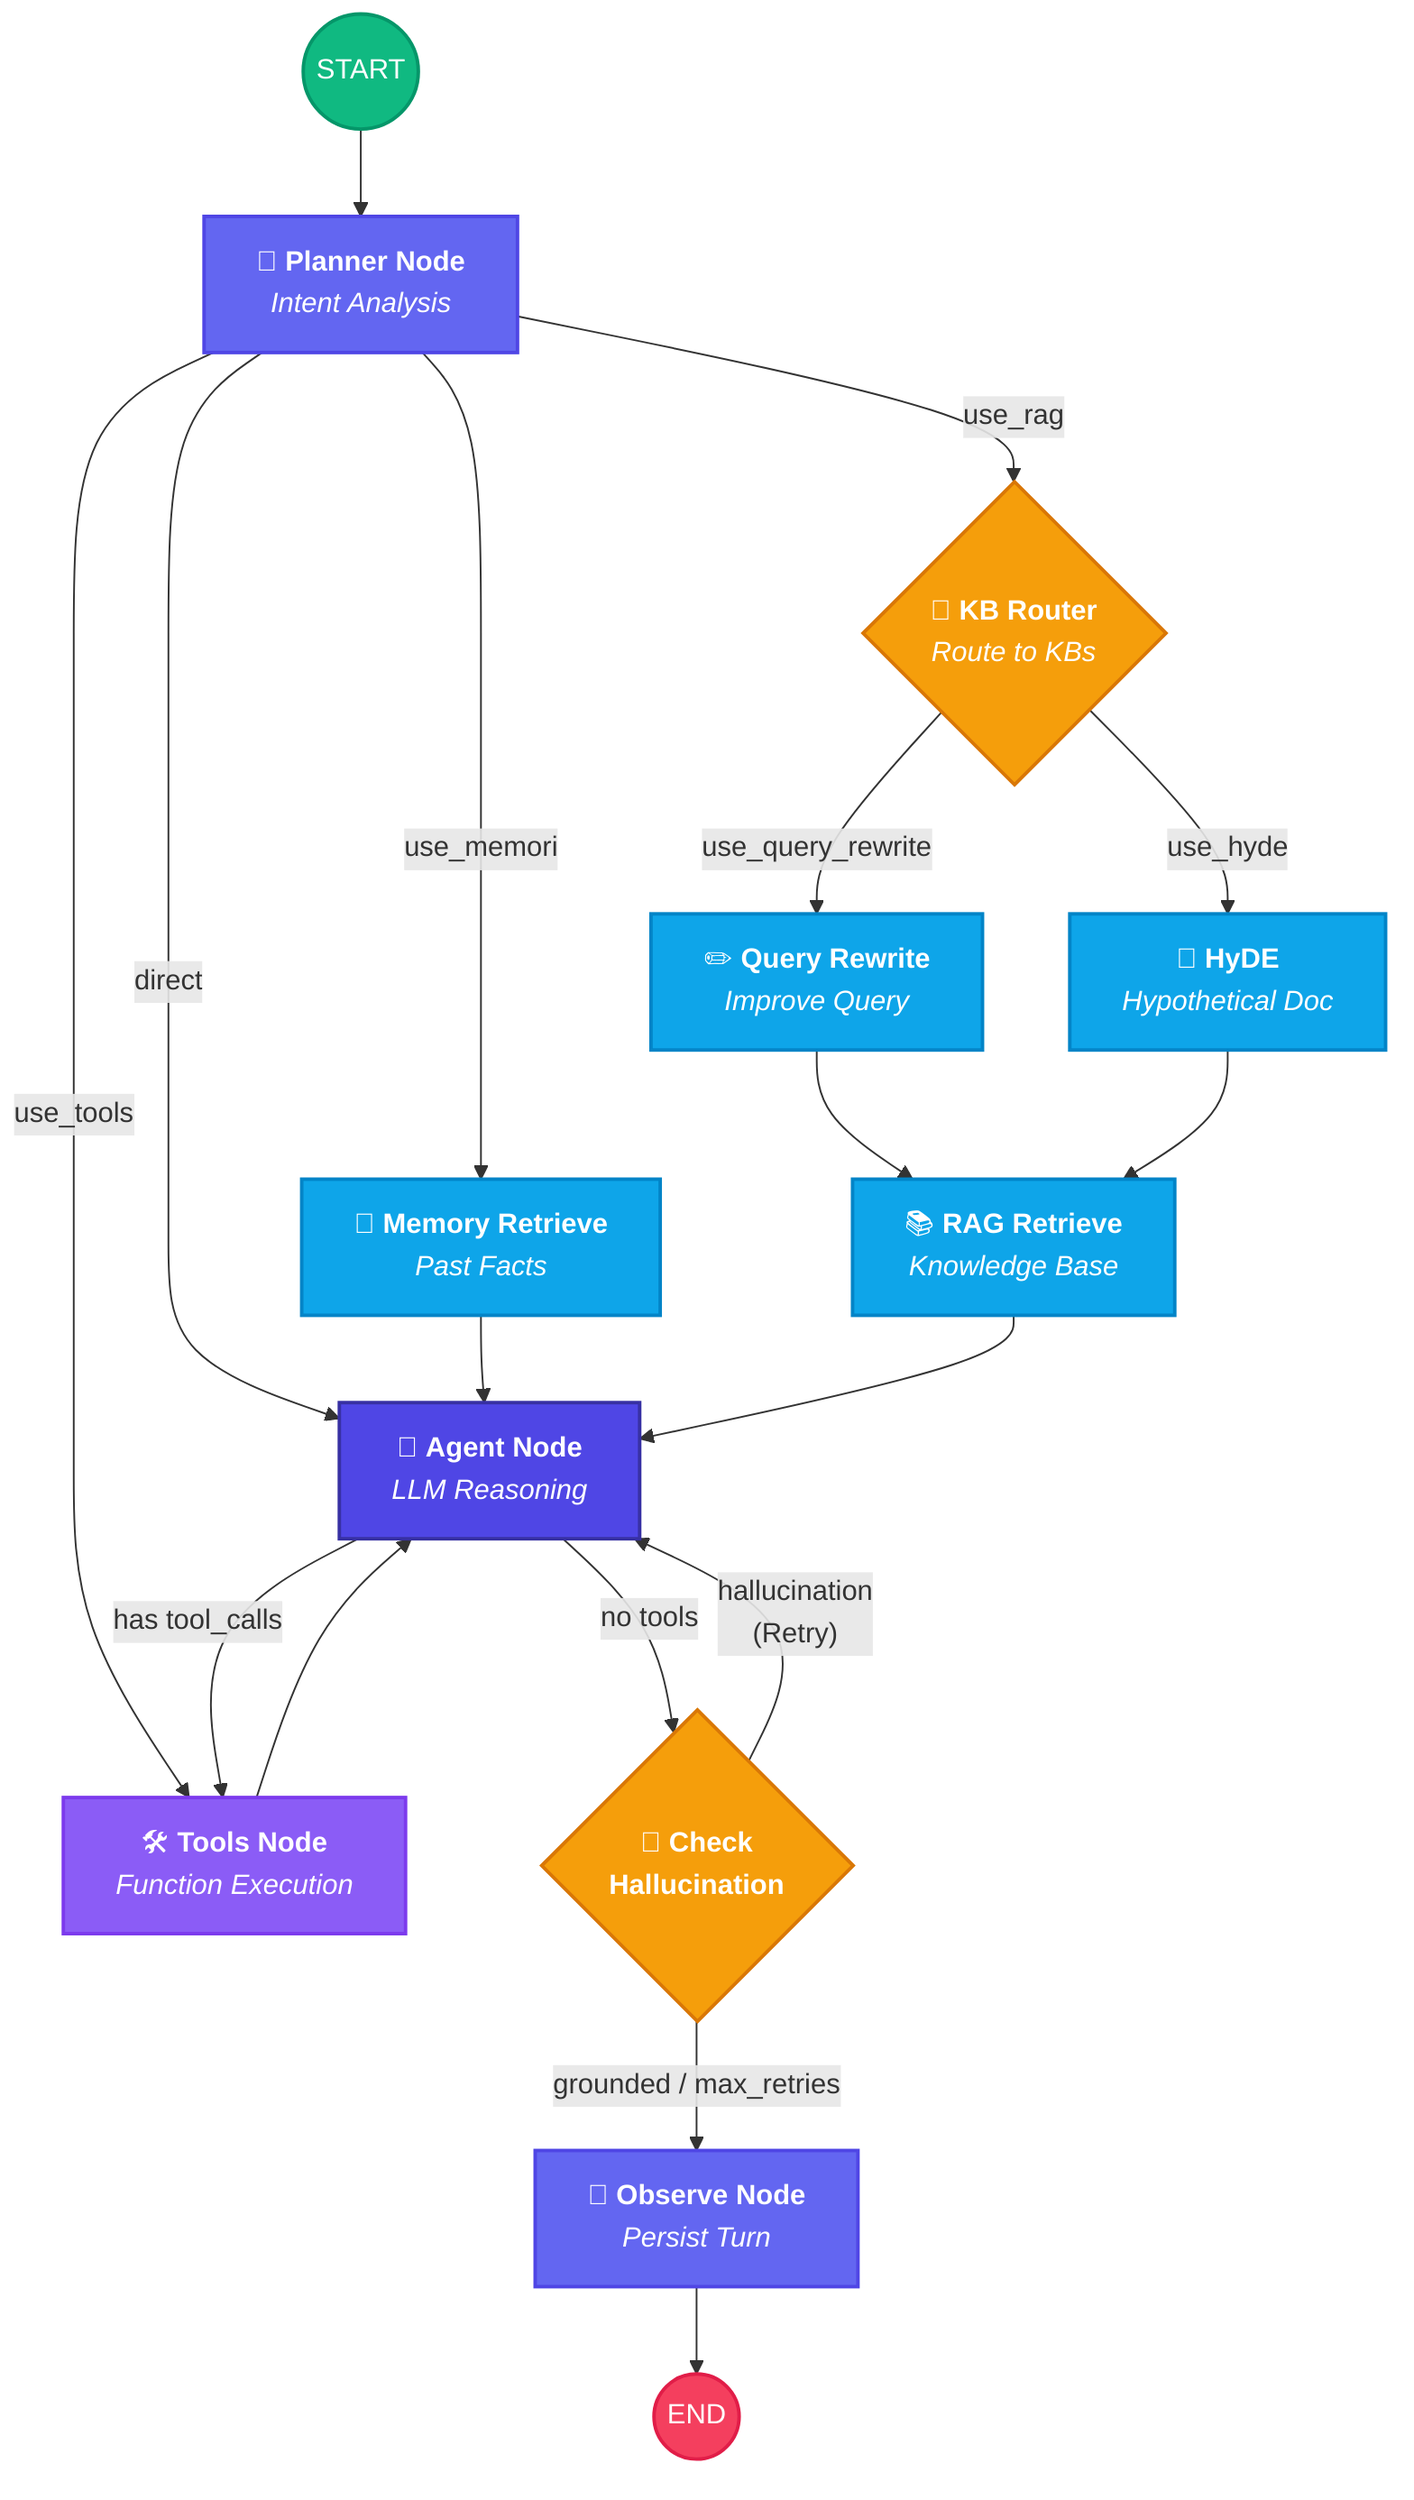
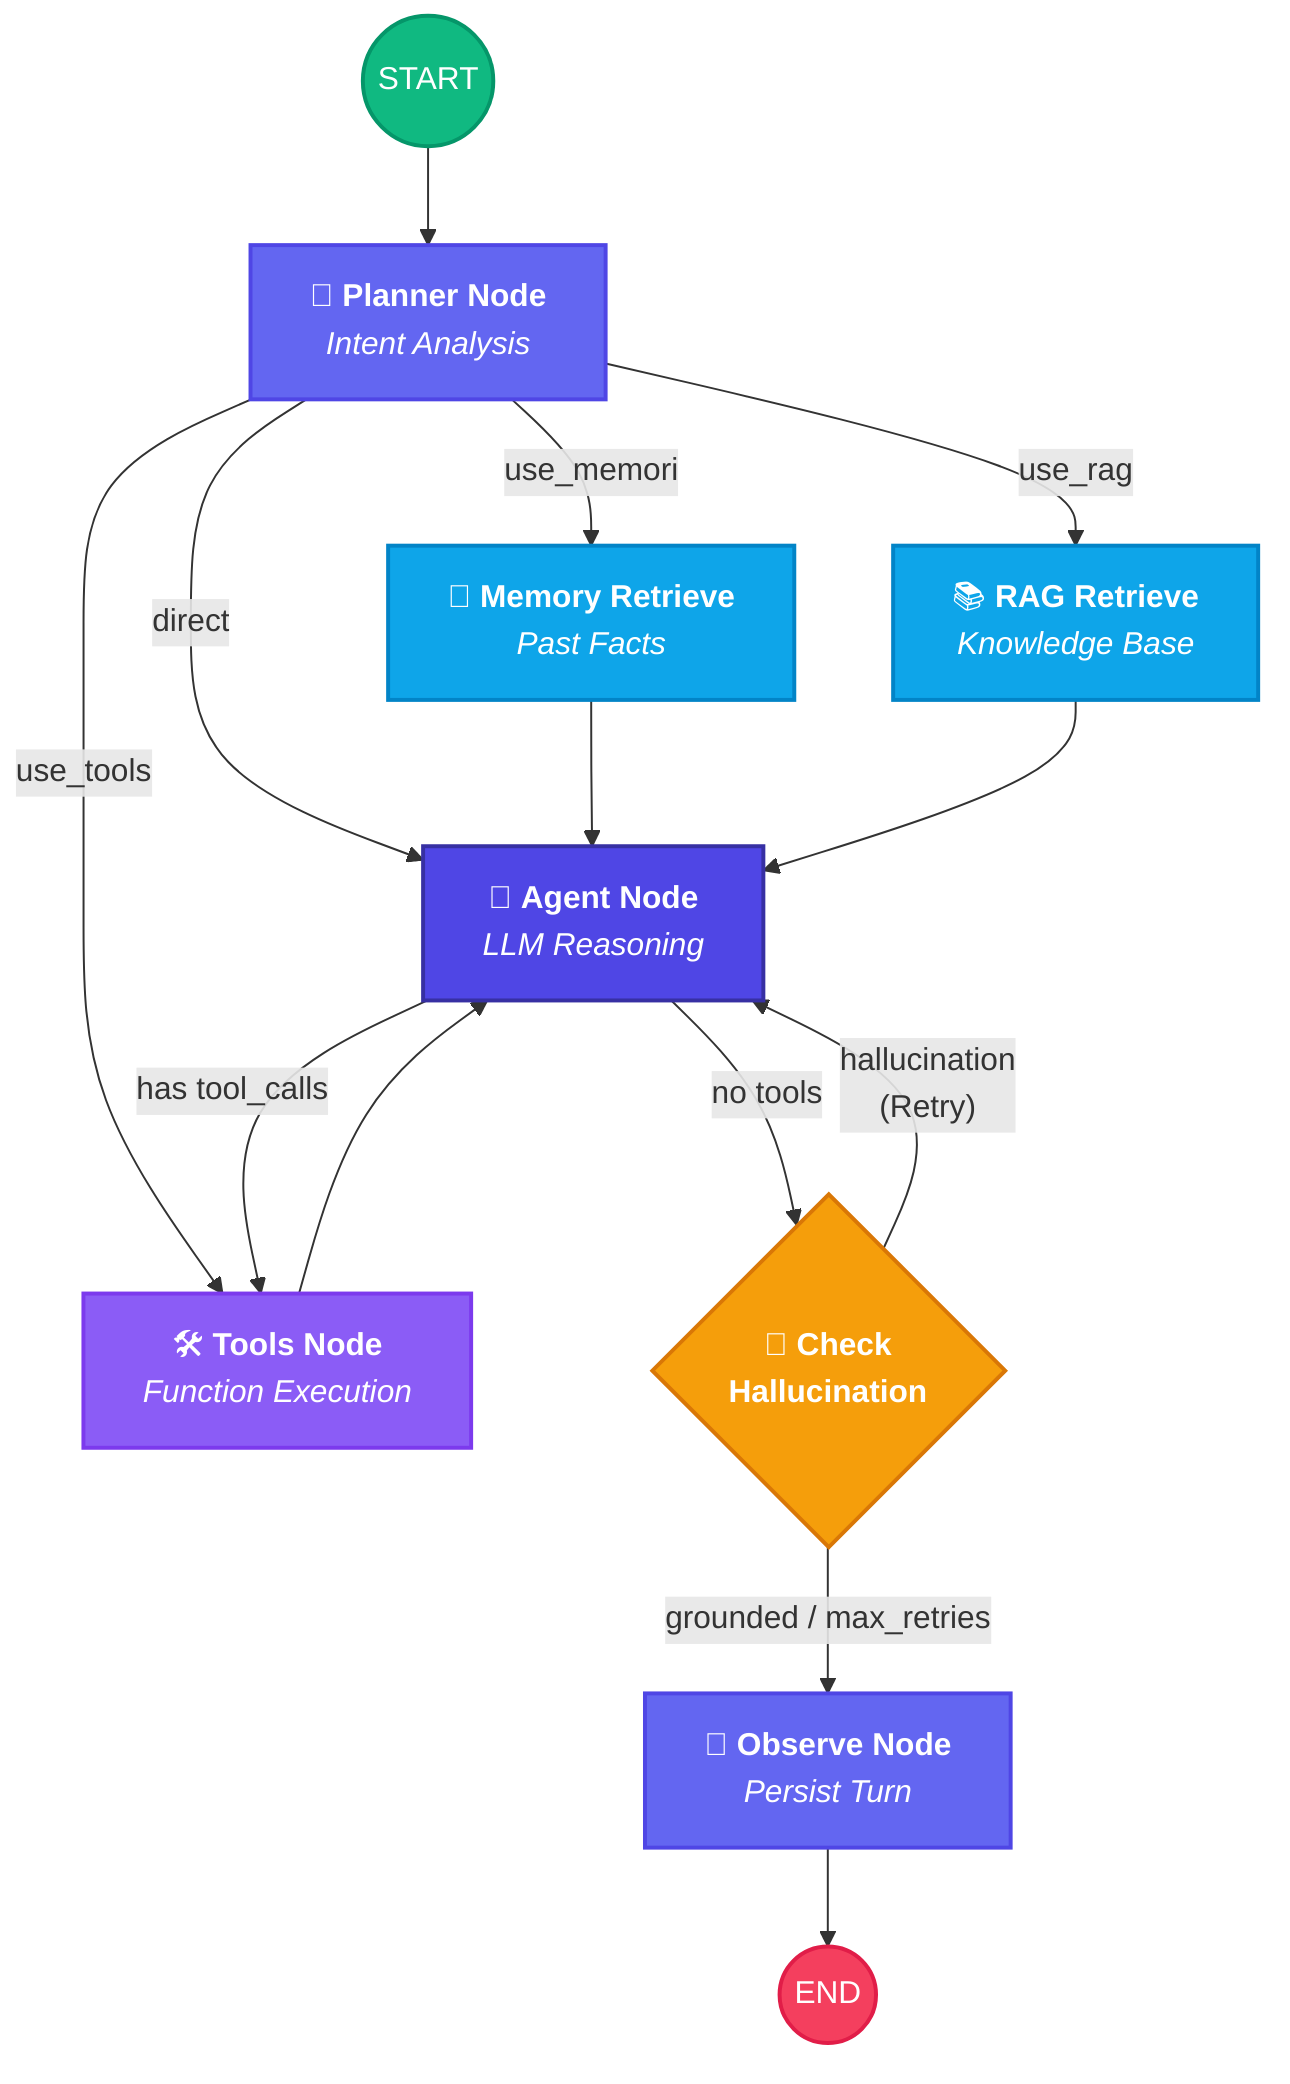
---
config:
  layout: dagre
---
graph TD
  START((START)):::statusNode
  Planner["🧭 <b>Planner Node</b><br/><i>Intent Analysis</i>"]:::logicNode
-   KBRouter{"🎯 <b>KB Router</b><br/><i>Route to KBs</i>"}:::decisionNode
-   QueryRewrite["✏️ <b>Query Rewrite</b><br/><i>Improve Query</i>"]:::retrievalNode
-   HyDE["📄 <b>HyDE</b><br/><i>Hypothetical Doc</i>"]:::retrievalNode
  MemRetrieve["🧠 <b>Memory Retrieve</b><br/><i>Past Facts</i>"]:::retrievalNode
  RAGRetrieve["📚 <b>RAG Retrieve</b><br/><i>Knowledge Base</i>"]:::retrievalNode
  ToolsNode["🛠️ <b>Tools Node</b><br/><i>Function Execution</i>"]:::toolNode
  AgentNode["🤖 <b>Agent Node</b><br/><i>LLM Reasoning</i>"]:::agentNode
  CheckHal{"🧪 <b>Check<br/>Hallucination</b>"}:::decisionNode
  Observe["👀 <b>Observe Node</b><br/><i>Persist Turn</i>"]:::logicNode
  END((END)):::statusNode
+ 
  START --> Planner
  Planner -- "use_memori" --> MemRetrieve
-   Planner -- "use_rag" --> KBRouter
+   Planner -- "use_rag" --> RAGRetrieve
  Planner -- "use_tools" --> ToolsNode
  Planner -- "direct" --> AgentNode
-   KBRouter -- "use_query_rewrite" --> QueryRewrite
-   KBRouter -- "use_hyde" --> HyDE
-   QueryRewrite --> RAGRetrieve
-   HyDE --> RAGRetrieve
+ 
  MemRetrieve --> AgentNode
  RAGRetrieve --> AgentNode
  ToolsNode --> AgentNode
+ 
  AgentNode -- "has tool_calls" --> ToolsNode
  AgentNode -- "no tools" --> CheckHal
+ 
  CheckHal -- "grounded / max_retries" --> Observe
  CheckHal -- "hallucination<br/>(Retry)" --> AgentNode
+ 
  Observe --> END
+ 
  classDef statusNode fill:#10b981,stroke:#059669,color:#fff,stroke-width:2px;
  classDef logicNode fill:#6366f1,stroke:#4f46e5,color:#fff,stroke-width:2px;
  classDef retrievalNode fill:#0ea5e9,stroke:#0284c7,color:#fff,stroke-width:2px;
  classDef toolNode fill:#8b5cf6,stroke:#7c3aed,color:#fff,stroke-width:2px;
  classDef agentNode fill:#4f46e5,stroke:#3730a3,color:#fff,stroke-width:2px;
  classDef decisionNode fill:#f59e0b,stroke:#d97706,color:#fff,stroke-width:2px;
-   style END fill:#f43f5e,stroke:#e11d48,color:#fff;+   style END fill:#f43f5e,stroke:#e11d48,color:#fff;
